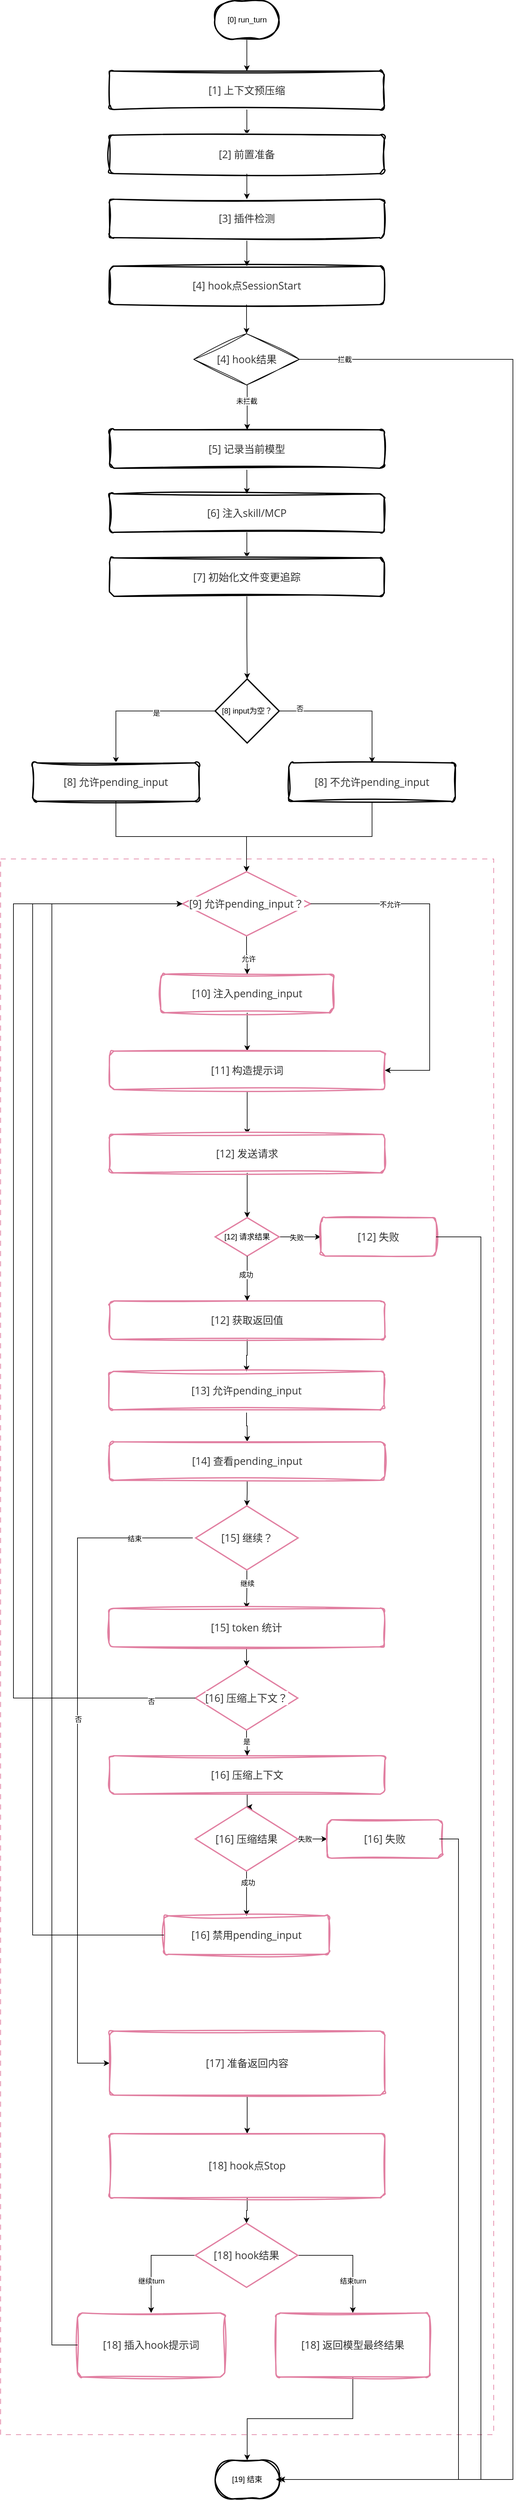
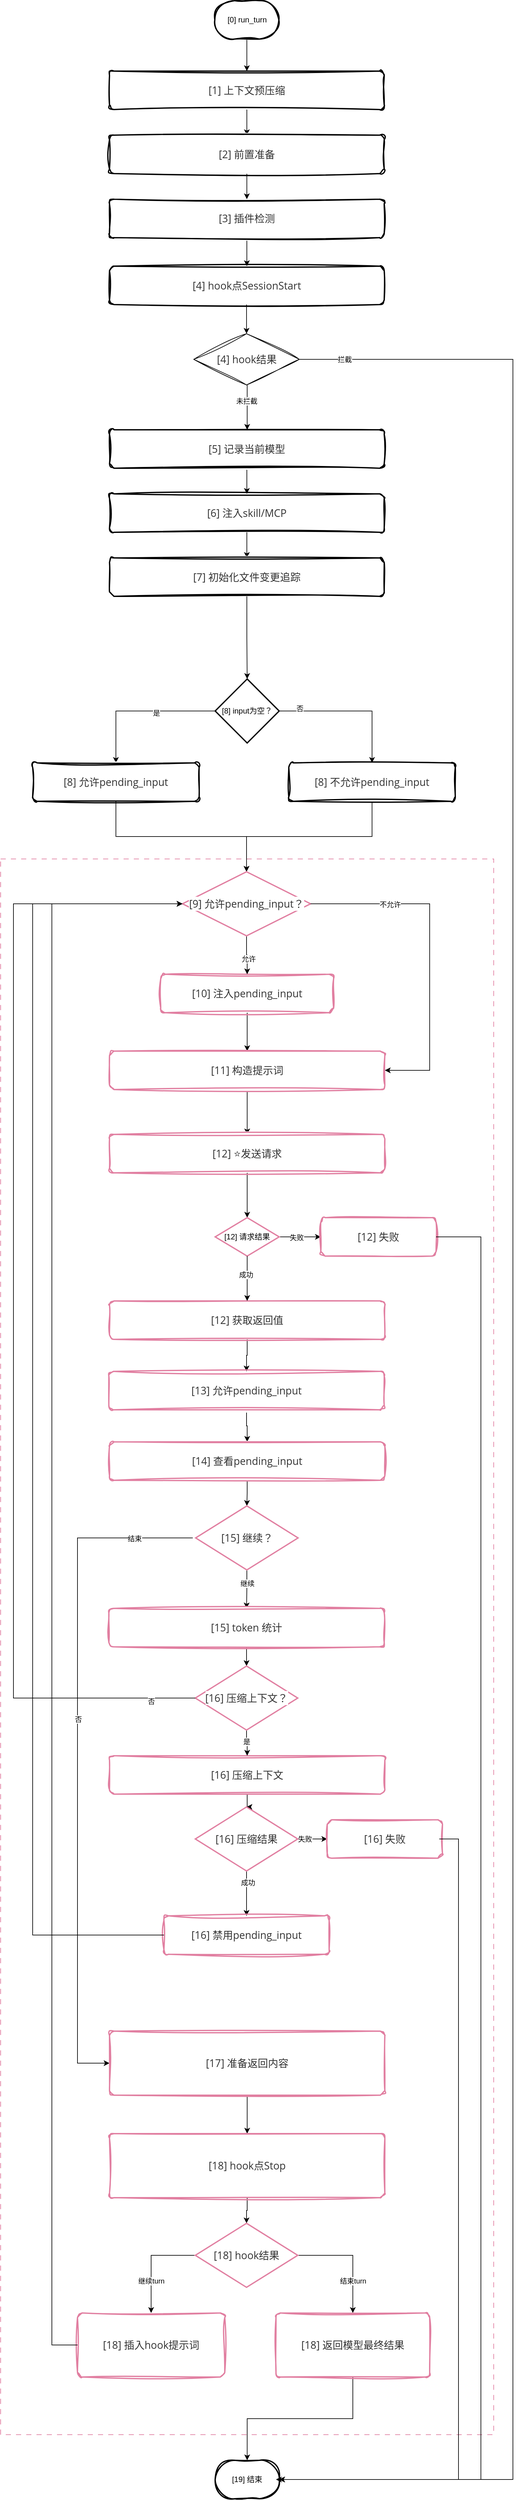
<mxfile host="Electron">
  <diagram name="第 1 页" id="WdxQ7PSLhnEK6HtI5IxF">
    <mxGraphModel dx="1027" dy="683" grid="1" gridSize="10" guides="1" tooltips="1" connect="1" arrows="1" fold="1" page="1" pageScale="1" pageWidth="827" pageHeight="1169" math="0" shadow="0">
      <root>
        <mxCell id="0" />
        <mxCell id="1" parent="0" />
        <mxCell id="XvNsu7HRE3wCX7qmJMd--15" parent="1" style="rounded=0;whiteSpace=wrap;html=1;fillColor=none;dashed=1;dashPattern=8 8;strokeColor=light-dark(#e17fa1, #ededed);align=left;verticalAlign=top;" value="&lt;div style=&quot;&quot;&gt;&lt;br&gt;&lt;/div&gt;" vertex="1">
          <mxGeometry height="2460" width="770" x="30" y="1450" as="geometry" />
        </mxCell>
        <mxCell id="XvNsu7HRE3wCX7qmJMd--4" edge="1" parent="1" source="XvNsu7HRE3wCX7qmJMd--2" style="edgeStyle=orthogonalEdgeStyle;rounded=0;orthogonalLoop=1;jettySize=auto;html=1;entryX=0.5;entryY=0;entryDx=0;entryDy=0;" target="XvNsu7HRE3wCX7qmJMd--3">
          <mxGeometry relative="1" as="geometry" />
        </mxCell>
        <mxCell id="XvNsu7HRE3wCX7qmJMd--2" parent="1" style="strokeWidth=2;html=1;shape=mxgraph.flowchart.terminator;whiteSpace=wrap;sketch=1;curveFitting=1;jiggle=2;" value="[0] run_turn" vertex="1">
          <mxGeometry height="60" width="100" x="364.5" y="110" as="geometry" />
        </mxCell>
        <mxCell id="XvNsu7HRE3wCX7qmJMd--91" edge="1" parent="1" source="XvNsu7HRE3wCX7qmJMd--3" style="edgeStyle=orthogonalEdgeStyle;rounded=0;orthogonalLoop=1;jettySize=auto;html=1;entryX=0.5;entryY=0;entryDx=0;entryDy=0;" target="XvNsu7HRE3wCX7qmJMd--5">
          <mxGeometry relative="1" as="geometry" />
        </mxCell>
        <mxCell id="XvNsu7HRE3wCX7qmJMd--3" parent="1" style="rounded=1;whiteSpace=wrap;html=1;absoluteArcSize=1;arcSize=14;strokeWidth=2;sketch=1;curveFitting=1;jiggle=2;" value="&lt;span style=&quot;color: rgb(51, 51, 51); font-family: &amp;quot;Open Sans&amp;quot;, &amp;quot;Clear Sans&amp;quot;, &amp;quot;Helvetica Neue&amp;quot;, Helvetica, Arial, &amp;quot;Segoe UI Emoji&amp;quot;, &amp;quot;SF Pro&amp;quot;, sans-serif; font-size: 16px; orphans: 1; text-align: left; white-space: pre-wrap; background-color: rgb(255, 255, 255);&quot;&gt;[1] 上下文预压缩&lt;/span&gt;" vertex="1">
          <mxGeometry height="60" width="429" x="200" y="220" as="geometry" />
        </mxCell>
        <mxCell id="XvNsu7HRE3wCX7qmJMd--93" edge="1" parent="1" source="XvNsu7HRE3wCX7qmJMd--5" style="edgeStyle=orthogonalEdgeStyle;rounded=0;orthogonalLoop=1;jettySize=auto;html=1;" target="XvNsu7HRE3wCX7qmJMd--6" value="">
          <mxGeometry relative="1" as="geometry" />
        </mxCell>
        <mxCell id="XvNsu7HRE3wCX7qmJMd--5" parent="1" style="rounded=1;whiteSpace=wrap;html=1;absoluteArcSize=1;arcSize=14;strokeWidth=2;sketch=1;curveFitting=1;jiggle=2;" value="&lt;span style=&quot;color: rgb(51, 51, 51); font-family: &amp;quot;Open Sans&amp;quot;, &amp;quot;Clear Sans&amp;quot;, &amp;quot;Helvetica Neue&amp;quot;, Helvetica, Arial, &amp;quot;Segoe UI Emoji&amp;quot;, &amp;quot;SF Pro&amp;quot;, sans-serif; font-size: 16px; orphans: 1; text-align: left; white-space: pre-wrap; background-color: rgb(255, 255, 255);&quot;&gt;[2] 前置准备&lt;/span&gt;" vertex="1">
          <mxGeometry height="60" width="429" x="200" y="320" as="geometry" />
        </mxCell>
        <mxCell id="XvNsu7HRE3wCX7qmJMd--94" edge="1" parent="1" source="XvNsu7HRE3wCX7qmJMd--6" style="edgeStyle=orthogonalEdgeStyle;rounded=0;orthogonalLoop=1;jettySize=auto;html=1;" target="XvNsu7HRE3wCX7qmJMd--7" value="">
          <mxGeometry relative="1" as="geometry" />
        </mxCell>
        <mxCell id="XvNsu7HRE3wCX7qmJMd--6" parent="1" style="rounded=1;whiteSpace=wrap;html=1;absoluteArcSize=1;arcSize=14;strokeWidth=2;sketch=1;curveFitting=1;jiggle=2;" value="&lt;span style=&quot;color: rgb(51, 51, 51); font-family: &amp;quot;Open Sans&amp;quot;, &amp;quot;Clear Sans&amp;quot;, &amp;quot;Helvetica Neue&amp;quot;, Helvetica, Arial, &amp;quot;Segoe UI Emoji&amp;quot;, &amp;quot;SF Pro&amp;quot;, sans-serif; font-size: 16px; orphans: 1; text-align: left; white-space: pre-wrap; background-color: rgb(255, 255, 255);&quot;&gt;[3] 插件检测&lt;/span&gt;" vertex="1">
          <mxGeometry height="60" width="429" x="200" y="420" as="geometry" />
        </mxCell>
        <mxCell id="XvNsu7HRE3wCX7qmJMd--95" edge="1" parent="1" source="XvNsu7HRE3wCX7qmJMd--7" style="edgeStyle=orthogonalEdgeStyle;rounded=0;orthogonalLoop=1;jettySize=auto;html=1;entryX=0.5;entryY=0;entryDx=0;entryDy=0;" target="XvNsu7HRE3wCX7qmJMd--105" value="">
          <mxGeometry relative="1" as="geometry">
            <Array as="points">
              <mxPoint x="415" y="610" />
            </Array>
            <mxPoint x="414.5000000000002" y="650" as="targetPoint" />
          </mxGeometry>
        </mxCell>
        <mxCell id="XvNsu7HRE3wCX7qmJMd--7" parent="1" style="rounded=1;whiteSpace=wrap;html=1;absoluteArcSize=1;arcSize=14;strokeWidth=2;sketch=1;curveFitting=1;jiggle=2;" value="&lt;span style=&quot;color: rgb(51, 51, 51); font-family: &amp;quot;Open Sans&amp;quot;, &amp;quot;Clear Sans&amp;quot;, &amp;quot;Helvetica Neue&amp;quot;, Helvetica, Arial, &amp;quot;Segoe UI Emoji&amp;quot;, &amp;quot;SF Pro&amp;quot;, sans-serif; font-size: 16px; orphans: 1; text-align: left; white-space: pre-wrap; background-color: rgb(255, 255, 255);&quot;&gt;[4] hook点SessionStart&lt;/span&gt;" vertex="1">
          <mxGeometry height="60" width="429" x="200" y="524.5" as="geometry" />
        </mxCell>
        <mxCell id="XvNsu7HRE3wCX7qmJMd--44" edge="1" parent="1" source="XvNsu7HRE3wCX7qmJMd--9" style="edgeStyle=orthogonalEdgeStyle;rounded=0;orthogonalLoop=1;jettySize=auto;html=1;entryX=0.5;entryY=0;entryDx=0;entryDy=0;exitX=0;exitY=0.5;exitDx=0;exitDy=0;exitPerimeter=0;" target="XvNsu7HRE3wCX7qmJMd--17">
          <mxGeometry relative="1" as="geometry" />
        </mxCell>
        <mxCell id="XvNsu7HRE3wCX7qmJMd--45" connectable="0" parent="XvNsu7HRE3wCX7qmJMd--44" style="edgeLabel;html=1;align=center;verticalAlign=middle;resizable=0;points=[];" value="是" vertex="1">
          <mxGeometry relative="1" x="-0.2222" y="3" as="geometry">
            <mxPoint as="offset" />
          </mxGeometry>
        </mxCell>
        <mxCell id="XvNsu7HRE3wCX7qmJMd--46" edge="1" parent="1" source="XvNsu7HRE3wCX7qmJMd--9" style="edgeStyle=orthogonalEdgeStyle;rounded=0;orthogonalLoop=1;jettySize=auto;html=1;entryX=0.5;entryY=0;entryDx=0;entryDy=0;exitX=1;exitY=0.5;exitDx=0;exitDy=0;exitPerimeter=0;" target="XvNsu7HRE3wCX7qmJMd--18">
          <mxGeometry relative="1" as="geometry" />
        </mxCell>
        <mxCell id="XvNsu7HRE3wCX7qmJMd--47" connectable="0" parent="XvNsu7HRE3wCX7qmJMd--46" style="edgeLabel;html=1;align=center;verticalAlign=middle;resizable=0;points=[];" value="否" vertex="1">
          <mxGeometry relative="1" x="-0.7154" y="4" as="geometry">
            <mxPoint as="offset" />
          </mxGeometry>
        </mxCell>
        <mxCell id="XvNsu7HRE3wCX7qmJMd--9" parent="1" style="strokeWidth=2;html=1;shape=mxgraph.flowchart.decision;whiteSpace=wrap;" value="[8] input为空？" vertex="1">
          <mxGeometry height="100" width="100" x="365" y="1169" as="geometry" />
        </mxCell>
        <mxCell id="XvNsu7HRE3wCX7qmJMd--96" edge="1" parent="1" source="XvNsu7HRE3wCX7qmJMd--105" style="edgeStyle=orthogonalEdgeStyle;rounded=0;orthogonalLoop=1;jettySize=auto;html=1;exitX=0.5;exitY=1;exitDx=0;exitDy=0;" target="XvNsu7HRE3wCX7qmJMd--11" value="">
          <mxGeometry relative="1" as="geometry">
            <Array as="points">
              <mxPoint x="415" y="740" />
              <mxPoint x="415" y="740" />
            </Array>
            <mxPoint x="414.5000000000002" y="710" as="sourcePoint" />
          </mxGeometry>
        </mxCell>
        <mxCell id="XvNsu7HRE3wCX7qmJMd--107" connectable="0" parent="XvNsu7HRE3wCX7qmJMd--96" style="edgeLabel;html=1;align=center;verticalAlign=middle;resizable=0;points=[];" value="未拦截" vertex="1">
          <mxGeometry relative="1" x="-0.283" y="-1" as="geometry">
            <mxPoint as="offset" />
          </mxGeometry>
        </mxCell>
        <mxCell id="XvNsu7HRE3wCX7qmJMd--97" edge="1" parent="1" source="XvNsu7HRE3wCX7qmJMd--11" style="edgeStyle=orthogonalEdgeStyle;rounded=0;orthogonalLoop=1;jettySize=auto;html=1;" target="XvNsu7HRE3wCX7qmJMd--12" value="">
          <mxGeometry relative="1" as="geometry" />
        </mxCell>
        <mxCell id="XvNsu7HRE3wCX7qmJMd--11" parent="1" style="rounded=1;whiteSpace=wrap;html=1;absoluteArcSize=1;arcSize=14;strokeWidth=2;sketch=1;curveFitting=1;jiggle=2;" value="&lt;div style=&quot;orphans: 1; text-align: left;&quot;&gt;&lt;span style=&quot;color: rgb(51, 51, 51); font-family: &amp;quot;Open Sans&amp;quot;, &amp;quot;Clear Sans&amp;quot;, &amp;quot;Helvetica Neue&amp;quot;, Helvetica, Arial, &amp;quot;Segoe UI Emoji&amp;quot;, &amp;quot;SF Pro&amp;quot;, sans-serif; font-size: 16px; white-space: pre-wrap; background-color: rgb(255, 255, 255);&quot;&gt;[5] 记录当前模型&lt;/span&gt;&lt;/div&gt;" vertex="1">
          <mxGeometry height="60" width="429" x="200" y="780" as="geometry" />
        </mxCell>
        <mxCell id="XvNsu7HRE3wCX7qmJMd--98" edge="1" parent="1" source="XvNsu7HRE3wCX7qmJMd--12" style="edgeStyle=orthogonalEdgeStyle;rounded=0;orthogonalLoop=1;jettySize=auto;html=1;" target="XvNsu7HRE3wCX7qmJMd--13" value="">
          <mxGeometry relative="1" as="geometry" />
        </mxCell>
        <mxCell id="XvNsu7HRE3wCX7qmJMd--12" parent="1" style="rounded=1;whiteSpace=wrap;html=1;absoluteArcSize=1;arcSize=14;strokeWidth=2;sketch=1;curveFitting=1;jiggle=2;" value="&lt;div style=&quot;orphans: 1; text-align: left;&quot;&gt;&lt;span style=&quot;color: rgb(51, 51, 51); font-family: &amp;quot;Open Sans&amp;quot;, &amp;quot;Clear Sans&amp;quot;, &amp;quot;Helvetica Neue&amp;quot;, Helvetica, Arial, &amp;quot;Segoe UI Emoji&amp;quot;, &amp;quot;SF Pro&amp;quot;, sans-serif; font-size: 16px; white-space: pre-wrap; background-color: rgb(255, 255, 255);&quot;&gt;[6] 注入skill/MCP&lt;/span&gt;&lt;/div&gt;" vertex="1">
          <mxGeometry height="60" width="429" x="200" y="880" as="geometry" />
        </mxCell>
        <mxCell id="XvNsu7HRE3wCX7qmJMd--13" parent="1" style="rounded=1;whiteSpace=wrap;html=1;absoluteArcSize=1;arcSize=14;strokeWidth=2;sketch=1;curveFitting=1;jiggle=2;" value="&lt;div style=&quot;orphans: 1; text-align: left;&quot;&gt;&lt;div&gt;&lt;span style=&quot;color: rgb(51, 51, 51); font-family: &amp;quot;Open Sans&amp;quot;, &amp;quot;Clear Sans&amp;quot;, &amp;quot;Helvetica Neue&amp;quot;, Helvetica, Arial, &amp;quot;Segoe UI Emoji&amp;quot;, &amp;quot;SF Pro&amp;quot;, sans-serif; font-size: 16px; white-space: pre-wrap; background-color: rgb(255, 255, 255);&quot;&gt;[7] 初始化文件变更追踪&lt;/span&gt;&lt;/div&gt;&lt;/div&gt;" vertex="1">
          <mxGeometry height="60" width="429" x="200" y="980" as="geometry" />
        </mxCell>
        <mxCell id="XvNsu7HRE3wCX7qmJMd--100" edge="1" parent="1" source="XvNsu7HRE3wCX7qmJMd--13" style="edgeStyle=orthogonalEdgeStyle;rounded=0;orthogonalLoop=1;jettySize=auto;html=1;exitX=0.5;exitY=1;exitDx=0;exitDy=0;" target="XvNsu7HRE3wCX7qmJMd--9" value="">
          <mxGeometry relative="1" as="geometry">
            <mxPoint x="414.5238095238094" y="1140" as="sourcePoint" />
          </mxGeometry>
        </mxCell>
        <mxCell id="XvNsu7HRE3wCX7qmJMd--53" edge="1" parent="1" source="XvNsu7HRE3wCX7qmJMd--16" style="edgeStyle=orthogonalEdgeStyle;rounded=0;orthogonalLoop=1;jettySize=auto;html=1;" target="XvNsu7HRE3wCX7qmJMd--20">
          <mxGeometry relative="1" as="geometry" />
        </mxCell>
        <mxCell id="XvNsu7HRE3wCX7qmJMd--16" parent="1" style="rounded=1;whiteSpace=wrap;html=1;absoluteArcSize=1;arcSize=14;strokeWidth=2;sketch=1;curveFitting=1;jiggle=2;strokeColor=light-dark(#e17fa1, #ededed);" value="&lt;div style=&quot;orphans: 1; text-align: left;&quot;&gt;&lt;div&gt;&lt;span style=&quot;color: rgb(51, 51, 51); font-family: &amp;quot;Open Sans&amp;quot;, &amp;quot;Clear Sans&amp;quot;, &amp;quot;Helvetica Neue&amp;quot;, Helvetica, Arial, &amp;quot;Segoe UI Emoji&amp;quot;, &amp;quot;SF Pro&amp;quot;, sans-serif; font-size: 16px; white-space: pre-wrap; background-color: rgb(255, 255, 255);&quot;&gt;[10] 注入pending_input&lt;/span&gt;&lt;/div&gt;&lt;/div&gt;" vertex="1">
          <mxGeometry height="60" width="270" x="280" y="1630" as="geometry" />
        </mxCell>
        <mxCell id="XvNsu7HRE3wCX7qmJMd--48" edge="1" parent="1" source="XvNsu7HRE3wCX7qmJMd--17" style="edgeStyle=orthogonalEdgeStyle;rounded=0;orthogonalLoop=1;jettySize=auto;html=1;" target="XvNsu7HRE3wCX7qmJMd--43">
          <mxGeometry relative="1" as="geometry" />
        </mxCell>
        <mxCell id="XvNsu7HRE3wCX7qmJMd--17" parent="1" style="rounded=1;whiteSpace=wrap;html=1;absoluteArcSize=1;arcSize=14;strokeWidth=2;sketch=1;curveFitting=1;jiggle=2;" value="&lt;div style=&quot;orphans: 1; text-align: left;&quot;&gt;&lt;div&gt;&lt;span style=&quot;color: rgb(51, 51, 51); font-family: &amp;quot;Open Sans&amp;quot;, &amp;quot;Clear Sans&amp;quot;, &amp;quot;Helvetica Neue&amp;quot;, Helvetica, Arial, &amp;quot;Segoe UI Emoji&amp;quot;, &amp;quot;SF Pro&amp;quot;, sans-serif; font-size: 16px; white-space: pre-wrap; background-color: rgb(255, 255, 255);&quot;&gt;[8] 允许pending_input&lt;/span&gt;&lt;/div&gt;&lt;/div&gt;" vertex="1">
          <mxGeometry height="60" width="260" x="80" y="1300" as="geometry" />
        </mxCell>
        <mxCell id="XvNsu7HRE3wCX7qmJMd--49" edge="1" parent="1" source="XvNsu7HRE3wCX7qmJMd--18" style="edgeStyle=orthogonalEdgeStyle;rounded=0;orthogonalLoop=1;jettySize=auto;html=1;" target="XvNsu7HRE3wCX7qmJMd--43">
          <mxGeometry relative="1" as="geometry" />
        </mxCell>
        <mxCell id="XvNsu7HRE3wCX7qmJMd--18" parent="1" style="rounded=1;whiteSpace=wrap;html=1;absoluteArcSize=1;arcSize=14;strokeWidth=2;sketch=1;curveFitting=1;jiggle=2;" value="&lt;div style=&quot;orphans: 1; text-align: left;&quot;&gt;&lt;div&gt;&lt;span style=&quot;color: rgb(51, 51, 51); font-family: &amp;quot;Open Sans&amp;quot;, &amp;quot;Clear Sans&amp;quot;, &amp;quot;Helvetica Neue&amp;quot;, Helvetica, Arial, &amp;quot;Segoe UI Emoji&amp;quot;, &amp;quot;SF Pro&amp;quot;, sans-serif; font-size: 16px; white-space: pre-wrap; background-color: rgb(255, 255, 255);&quot;&gt;[8] 不允许pending_input&lt;/span&gt;&lt;/div&gt;&lt;/div&gt;" vertex="1">
          <mxGeometry height="60" width="260" x="480" y="1300" as="geometry" />
        </mxCell>
        <mxCell id="XvNsu7HRE3wCX7qmJMd--56" edge="1" parent="1" source="XvNsu7HRE3wCX7qmJMd--20" style="edgeStyle=orthogonalEdgeStyle;rounded=0;orthogonalLoop=1;jettySize=auto;html=1;entryX=0.5;entryY=0;entryDx=0;entryDy=0;" target="XvNsu7HRE3wCX7qmJMd--21">
          <mxGeometry relative="1" as="geometry" />
        </mxCell>
        <mxCell id="XvNsu7HRE3wCX7qmJMd--20" parent="1" style="rounded=1;whiteSpace=wrap;html=1;absoluteArcSize=1;arcSize=14;strokeWidth=2;sketch=1;curveFitting=1;jiggle=2;strokeColor=light-dark(#e17fa1, #ededed);" value="&lt;div style=&quot;orphans: 1; text-align: left;&quot;&gt;&lt;span style=&quot;color: rgb(51, 51, 51); font-family: &amp;quot;Open Sans&amp;quot;, &amp;quot;Clear Sans&amp;quot;, &amp;quot;Helvetica Neue&amp;quot;, Helvetica, Arial, &amp;quot;Segoe UI Emoji&amp;quot;, &amp;quot;SF Pro&amp;quot;, sans-serif; font-size: 16px; white-space: pre-wrap; background-color: rgb(255, 255, 255);&quot;&gt;[11] 构造提示词&lt;/span&gt;&lt;/div&gt;" vertex="1">
          <mxGeometry height="60" width="430" x="200" y="1750" as="geometry" />
        </mxCell>
        <mxCell id="XvNsu7HRE3wCX7qmJMd--57" edge="1" parent="1" source="XvNsu7HRE3wCX7qmJMd--21" style="edgeStyle=orthogonalEdgeStyle;rounded=0;orthogonalLoop=1;jettySize=auto;html=1;" target="XvNsu7HRE3wCX7qmJMd--22">
          <mxGeometry relative="1" as="geometry" />
        </mxCell>
-         <mxCell id="XvNsu7HRE3wCX7qmJMd--21" parent="1" style="rounded=1;whiteSpace=wrap;html=1;absoluteArcSize=1;arcSize=14;strokeWidth=2;sketch=1;curveFitting=1;jiggle=2;strokeColor=light-dark(#e17fa1, #ededed);" value="&lt;div style=&quot;orphans: 1; text-align: left;&quot;&gt;&lt;span style=&quot;color: rgb(51, 51, 51); font-family: &amp;quot;Open Sans&amp;quot;, &amp;quot;Clear Sans&amp;quot;, &amp;quot;Helvetica Neue&amp;quot;, Helvetica, Arial, &amp;quot;Segoe UI Emoji&amp;quot;, &amp;quot;SF Pro&amp;quot;, sans-serif; font-size: 16px; white-space: pre-wrap; background-color: rgb(255, 255, 255);&quot;&gt;[12] 发送请求&lt;/span&gt;&lt;/div&gt;" vertex="1">
+         <mxCell id="XvNsu7HRE3wCX7qmJMd--21" parent="1" style="rounded=1;whiteSpace=wrap;html=1;absoluteArcSize=1;arcSize=14;strokeWidth=2;sketch=1;curveFitting=1;jiggle=2;strokeColor=light-dark(#e17fa1, #ededed);" value="&lt;div style=&quot;orphans: 1; text-align: left;&quot;&gt;&lt;span style=&quot;color: rgb(51, 51, 51); font-family: &amp;quot;Open Sans&amp;quot;, &amp;quot;Clear Sans&amp;quot;, &amp;quot;Helvetica Neue&amp;quot;, Helvetica, Arial, &amp;quot;Segoe UI Emoji&amp;quot;, &amp;quot;SF Pro&amp;quot;, sans-serif; font-size: 16px; white-space: pre-wrap; background-color: rgb(255, 255, 255);&quot;&gt;[12] ⭐发送请求&lt;/span&gt;&lt;/div&gt;" vertex="1">
          <mxGeometry height="60" width="430" x="200" y="1880" as="geometry" />
        </mxCell>
        <mxCell id="XvNsu7HRE3wCX7qmJMd--63" edge="1" parent="1" source="XvNsu7HRE3wCX7qmJMd--22" style="edgeStyle=orthogonalEdgeStyle;rounded=0;orthogonalLoop=1;jettySize=auto;html=1;entryX=0;entryY=0.5;entryDx=0;entryDy=0;" target="XvNsu7HRE3wCX7qmJMd--62">
          <mxGeometry relative="1" as="geometry" />
        </mxCell>
        <mxCell id="XvNsu7HRE3wCX7qmJMd--111" connectable="0" parent="XvNsu7HRE3wCX7qmJMd--63" style="edgeLabel;html=1;align=center;verticalAlign=middle;resizable=0;points=[];" value="失败" vertex="1">
          <mxGeometry relative="1" x="-0.1678" y="-1" as="geometry">
            <mxPoint as="offset" />
          </mxGeometry>
        </mxCell>
        <mxCell id="XvNsu7HRE3wCX7qmJMd--22" parent="1" style="strokeWidth=2;html=1;shape=mxgraph.flowchart.decision;whiteSpace=wrap;strokeColor=light-dark(#e17fa1, #ededed);" value="[12] 请求结果" vertex="1">
          <mxGeometry height="60" width="100" x="365" y="2010" as="geometry" />
        </mxCell>
        <mxCell id="XvNsu7HRE3wCX7qmJMd--65" edge="1" parent="1" source="XvNsu7HRE3wCX7qmJMd--23" style="edgeStyle=orthogonalEdgeStyle;rounded=0;orthogonalLoop=1;jettySize=auto;html=1;entryX=0.5;entryY=0;entryDx=0;entryDy=0;" target="XvNsu7HRE3wCX7qmJMd--24">
          <mxGeometry relative="1" as="geometry" />
        </mxCell>
        <mxCell id="XvNsu7HRE3wCX7qmJMd--23" parent="1" style="rounded=1;whiteSpace=wrap;html=1;absoluteArcSize=1;arcSize=14;strokeWidth=2;sketch=1;curveFitting=1;jiggle=2;strokeColor=light-dark(#e17fa1, #ededed);" value="&lt;div style=&quot;orphans: 1; text-align: left;&quot;&gt;&lt;span style=&quot;color: rgb(51, 51, 51); font-family: &amp;quot;Open Sans&amp;quot;, &amp;quot;Clear Sans&amp;quot;, &amp;quot;Helvetica Neue&amp;quot;, Helvetica, Arial, &amp;quot;Segoe UI Emoji&amp;quot;, &amp;quot;SF Pro&amp;quot;, sans-serif; font-size: 16px; white-space: pre-wrap; background-color: rgb(255, 255, 255);&quot;&gt;[12] 获取返回值&lt;/span&gt;&lt;/div&gt;" vertex="1">
          <mxGeometry height="60" width="430" x="200" y="2140" as="geometry" />
        </mxCell>
        <mxCell id="XvNsu7HRE3wCX7qmJMd--66" edge="1" parent="1" source="XvNsu7HRE3wCX7qmJMd--24" style="edgeStyle=orthogonalEdgeStyle;rounded=0;orthogonalLoop=1;jettySize=auto;html=1;entryX=0.5;entryY=0;entryDx=0;entryDy=0;" target="XvNsu7HRE3wCX7qmJMd--26">
          <mxGeometry relative="1" as="geometry" />
        </mxCell>
        <mxCell id="XvNsu7HRE3wCX7qmJMd--24" parent="1" style="rounded=1;whiteSpace=wrap;html=1;absoluteArcSize=1;arcSize=14;strokeWidth=2;sketch=1;curveFitting=1;jiggle=2;strokeColor=light-dark(#e17fa1, #ededed);" value="&lt;div style=&quot;orphans: 1; text-align: left;&quot;&gt;&lt;font color=&quot;#333333&quot; face=&quot;Open Sans, Clear Sans, Helvetica Neue, Helvetica, Arial, Segoe UI Emoji, SF Pro, sans-serif&quot;&gt;&lt;span style=&quot;font-size: 16px; white-space-collapse: preserve; background-color: rgb(255, 255, 255);&quot;&gt;[13] 允许pending_input&lt;/span&gt;&lt;/font&gt;&lt;/div&gt;" vertex="1">
          <mxGeometry height="60" width="430" x="199" y="2250" as="geometry" />
        </mxCell>
        <mxCell id="XvNsu7HRE3wCX7qmJMd--67" edge="1" parent="1" source="XvNsu7HRE3wCX7qmJMd--26" style="edgeStyle=orthogonalEdgeStyle;rounded=0;orthogonalLoop=1;jettySize=auto;html=1;" target="XvNsu7HRE3wCX7qmJMd--27">
          <mxGeometry relative="1" as="geometry" />
        </mxCell>
        <mxCell id="XvNsu7HRE3wCX7qmJMd--26" parent="1" style="rounded=1;whiteSpace=wrap;html=1;absoluteArcSize=1;arcSize=14;strokeWidth=2;sketch=1;curveFitting=1;jiggle=2;strokeColor=light-dark(#e17fa1, #ededed);" value="&lt;div style=&quot;orphans: 1; text-align: left;&quot;&gt;&lt;font color=&quot;#333333&quot; face=&quot;Open Sans, Clear Sans, Helvetica Neue, Helvetica, Arial, Segoe UI Emoji, SF Pro, sans-serif&quot;&gt;&lt;span style=&quot;font-size: 16px; white-space-collapse: preserve; background-color: rgb(255, 255, 255);&quot;&gt;[14] 查看pending_input&lt;/span&gt;&lt;/font&gt;&lt;/div&gt;" vertex="1">
          <mxGeometry height="60" width="430" x="200" y="2360" as="geometry" />
        </mxCell>
        <mxCell id="XvNsu7HRE3wCX7qmJMd--68" edge="1" parent="1" source="XvNsu7HRE3wCX7qmJMd--27" style="edgeStyle=orthogonalEdgeStyle;rounded=0;orthogonalLoop=1;jettySize=auto;html=1;" target="XvNsu7HRE3wCX7qmJMd--30">
          <mxGeometry relative="1" as="geometry" />
        </mxCell>
        <mxCell id="XvNsu7HRE3wCX7qmJMd--69" connectable="0" parent="XvNsu7HRE3wCX7qmJMd--68" style="edgeLabel;html=1;align=center;verticalAlign=middle;resizable=0;points=[];" value="继续" vertex="1">
          <mxGeometry relative="1" x="0.4526" as="geometry">
            <mxPoint x="1" y="-23" as="offset" />
          </mxGeometry>
        </mxCell>
        <mxCell id="XvNsu7HRE3wCX7qmJMd--27" parent="1" style="strokeWidth=2;html=1;shape=mxgraph.flowchart.decision;whiteSpace=wrap;strokeColor=light-dark(#e17fa1, #ededed);" value="&lt;div style=&quot;orphans: 1; text-align: left;&quot;&gt;&lt;font color=&quot;#333333&quot; face=&quot;Open Sans, Clear Sans, Helvetica Neue, Helvetica, Arial, Segoe UI Emoji, SF Pro, sans-serif&quot;&gt;&lt;span style=&quot;font-size: 16px; white-space-collapse: preserve; background-color: rgb(255, 255, 255);&quot;&gt;[15] 继续？&lt;/span&gt;&lt;/font&gt;&lt;/div&gt;" vertex="1">
          <mxGeometry height="100" width="160" x="334.5" y="2460" as="geometry" />
        </mxCell>
        <mxCell id="XvNsu7HRE3wCX7qmJMd--76" edge="1" parent="1" source="XvNsu7HRE3wCX7qmJMd--29" style="edgeStyle=orthogonalEdgeStyle;rounded=0;orthogonalLoop=1;jettySize=auto;html=1;" target="XvNsu7HRE3wCX7qmJMd--32">
          <mxGeometry relative="1" as="geometry" />
        </mxCell>
        <mxCell id="XvNsu7HRE3wCX7qmJMd--29" parent="1" style="rounded=1;whiteSpace=wrap;html=1;absoluteArcSize=1;arcSize=14;strokeWidth=2;sketch=1;curveFitting=1;jiggle=2;strokeColor=light-dark(#e17fa1, #ededed);" value="&lt;div style=&quot;orphans: 1; text-align: left;&quot;&gt;&lt;span style=&quot;color: rgb(51, 51, 51); font-family: &amp;quot;Open Sans&amp;quot;, &amp;quot;Clear Sans&amp;quot;, &amp;quot;Helvetica Neue&amp;quot;, Helvetica, Arial, &amp;quot;Segoe UI Emoji&amp;quot;, &amp;quot;SF Pro&amp;quot;, sans-serif; font-size: 16px; white-space: pre-wrap; background-color: rgb(255, 255, 255);&quot;&gt;[16] 压缩上下文&lt;/span&gt;&lt;/div&gt;" vertex="1">
          <mxGeometry height="60" width="430" x="200" y="2850" as="geometry" />
        </mxCell>
        <mxCell id="XvNsu7HRE3wCX7qmJMd--71" edge="1" parent="1" source="XvNsu7HRE3wCX7qmJMd--30" style="edgeStyle=orthogonalEdgeStyle;rounded=0;orthogonalLoop=1;jettySize=auto;html=1;" target="XvNsu7HRE3wCX7qmJMd--31">
          <mxGeometry relative="1" as="geometry" />
        </mxCell>
        <mxCell id="XvNsu7HRE3wCX7qmJMd--30" parent="1" style="rounded=1;whiteSpace=wrap;html=1;absoluteArcSize=1;arcSize=14;strokeWidth=2;sketch=1;curveFitting=1;jiggle=2;strokeColor=light-dark(#e17fa1, #ededed);" value="&lt;div style=&quot;orphans: 1; text-align: left;&quot;&gt;&lt;span style=&quot;color: rgb(51, 51, 51); font-family: &amp;quot;Open Sans&amp;quot;, &amp;quot;Clear Sans&amp;quot;, &amp;quot;Helvetica Neue&amp;quot;, Helvetica, Arial, &amp;quot;Segoe UI Emoji&amp;quot;, &amp;quot;SF Pro&amp;quot;, sans-serif; font-size: 16px; white-space: pre-wrap; background-color: rgb(255, 255, 255);&quot;&gt;[15] token 统计&lt;/span&gt;&lt;/div&gt;" vertex="1">
          <mxGeometry height="60" width="430" x="199" y="2620" as="geometry" />
        </mxCell>
        <mxCell id="XvNsu7HRE3wCX7qmJMd--74" edge="1" parent="1" style="edgeStyle=orthogonalEdgeStyle;rounded=0;orthogonalLoop=1;jettySize=auto;html=1;entryX=0;entryY=0.5;entryDx=0;entryDy=0;" target="XvNsu7HRE3wCX7qmJMd--34">
          <mxGeometry relative="1" as="geometry">
            <Array as="points">
              <mxPoint x="150" y="2510" />
              <mxPoint x="150" y="3330" />
            </Array>
            <mxPoint x="330" y="2510" as="sourcePoint" />
          </mxGeometry>
        </mxCell>
        <mxCell id="XvNsu7HRE3wCX7qmJMd--75" connectable="0" parent="XvNsu7HRE3wCX7qmJMd--74" style="edgeLabel;html=1;align=center;verticalAlign=middle;resizable=0;points=[];" value="否" vertex="1">
          <mxGeometry relative="1" x="-0.1183" y="1" as="geometry">
            <mxPoint as="offset" />
          </mxGeometry>
        </mxCell>
        <mxCell id="XvNsu7HRE3wCX7qmJMd--85" connectable="0" parent="XvNsu7HRE3wCX7qmJMd--74" style="edgeLabel;html=1;align=center;verticalAlign=middle;resizable=0;points=[];" value="否" vertex="1">
          <mxGeometry relative="1" x="-0.8232" y="4" as="geometry">
            <mxPoint y="-4" as="offset" />
          </mxGeometry>
        </mxCell>
        <mxCell id="XvNsu7HRE3wCX7qmJMd--112" connectable="0" parent="XvNsu7HRE3wCX7qmJMd--74" style="edgeLabel;html=1;align=center;verticalAlign=middle;resizable=0;points=[];" value="结束" vertex="1">
          <mxGeometry relative="1" x="-0.8269" y="1" as="geometry">
            <mxPoint as="offset" />
          </mxGeometry>
        </mxCell>
        <mxCell id="XvNsu7HRE3wCX7qmJMd--102" edge="1" parent="1" source="XvNsu7HRE3wCX7qmJMd--31" style="edgeStyle=orthogonalEdgeStyle;rounded=0;orthogonalLoop=1;jettySize=auto;html=1;" target="XvNsu7HRE3wCX7qmJMd--29" value="">
          <mxGeometry relative="1" as="geometry" />
        </mxCell>
        <mxCell id="XvNsu7HRE3wCX7qmJMd--103" connectable="0" parent="XvNsu7HRE3wCX7qmJMd--102" style="edgeLabel;html=1;align=center;verticalAlign=middle;resizable=0;points=[];" value="是" vertex="1">
          <mxGeometry relative="1" x="-0.1465" as="geometry">
            <mxPoint as="offset" />
          </mxGeometry>
        </mxCell>
        <mxCell id="XvNsu7HRE3wCX7qmJMd--31" parent="1" style="strokeWidth=2;html=1;shape=mxgraph.flowchart.decision;whiteSpace=wrap;strokeColor=light-dark(#e17fa1, #ededed);" value="&lt;div style=&quot;orphans: 1; text-align: left;&quot;&gt;&lt;font color=&quot;#333333&quot; face=&quot;Open Sans, Clear Sans, Helvetica Neue, Helvetica, Arial, Segoe UI Emoji, SF Pro, sans-serif&quot;&gt;&lt;span style=&quot;font-size: 16px; white-space-collapse: preserve; background-color: rgb(255, 255, 255);&quot;&gt;[16] 压缩上下文？&lt;/span&gt;&lt;/font&gt;&lt;/div&gt;" vertex="1">
          <mxGeometry height="100" width="160" x="334" y="2710" as="geometry" />
        </mxCell>
        <mxCell id="XvNsu7HRE3wCX7qmJMd--77" edge="1" parent="1" source="XvNsu7HRE3wCX7qmJMd--32" style="edgeStyle=orthogonalEdgeStyle;rounded=0;orthogonalLoop=1;jettySize=auto;html=1;entryX=0.5;entryY=0;entryDx=0;entryDy=0;" target="XvNsu7HRE3wCX7qmJMd--33">
          <mxGeometry relative="1" as="geometry" />
        </mxCell>
        <mxCell id="XvNsu7HRE3wCX7qmJMd--78" connectable="0" parent="XvNsu7HRE3wCX7qmJMd--77" style="edgeLabel;html=1;align=center;verticalAlign=middle;resizable=0;points=[];" value="成功" vertex="1">
          <mxGeometry relative="1" x="-0.4894" y="2" as="geometry">
            <mxPoint as="offset" />
          </mxGeometry>
        </mxCell>
        <mxCell id="XvNsu7HRE3wCX7qmJMd--80" edge="1" parent="1" source="XvNsu7HRE3wCX7qmJMd--32" style="edgeStyle=orthogonalEdgeStyle;rounded=0;orthogonalLoop=1;jettySize=auto;html=1;entryX=0;entryY=0.5;entryDx=0;entryDy=0;" target="XvNsu7HRE3wCX7qmJMd--79">
          <mxGeometry relative="1" as="geometry" />
        </mxCell>
        <mxCell id="XvNsu7HRE3wCX7qmJMd--81" connectable="0" parent="XvNsu7HRE3wCX7qmJMd--80" style="edgeLabel;html=1;align=center;verticalAlign=middle;resizable=0;points=[];" value="失败" vertex="1">
          <mxGeometry relative="1" x="-0.5333" as="geometry">
            <mxPoint as="offset" />
          </mxGeometry>
        </mxCell>
        <mxCell id="XvNsu7HRE3wCX7qmJMd--32" parent="1" style="strokeWidth=2;html=1;shape=mxgraph.flowchart.decision;whiteSpace=wrap;strokeColor=light-dark(#e17fa1, #ededed);" value="&lt;div style=&quot;orphans: 1; text-align: left;&quot;&gt;&lt;font color=&quot;#333333&quot; face=&quot;Open Sans, Clear Sans, Helvetica Neue, Helvetica, Arial, Segoe UI Emoji, SF Pro, sans-serif&quot;&gt;&lt;span style=&quot;font-size: 16px; white-space-collapse: preserve; background-color: rgb(255, 255, 255);&quot;&gt;[16] 压缩结果&lt;/span&gt;&lt;/font&gt;&lt;/div&gt;" vertex="1">
          <mxGeometry height="100" width="160" x="334" y="2930" as="geometry" />
        </mxCell>
        <mxCell id="XvNsu7HRE3wCX7qmJMd--33" parent="1" style="rounded=1;whiteSpace=wrap;html=1;absoluteArcSize=1;arcSize=14;strokeWidth=2;sketch=1;curveFitting=1;jiggle=2;strokeColor=light-dark(#e17fa1, #ededed);" value="&lt;div style=&quot;orphans: 1; text-align: left;&quot;&gt;&lt;span style=&quot;color: rgb(51, 51, 51); font-family: &amp;quot;Open Sans&amp;quot;, &amp;quot;Clear Sans&amp;quot;, &amp;quot;Helvetica Neue&amp;quot;, Helvetica, Arial, &amp;quot;Segoe UI Emoji&amp;quot;, &amp;quot;SF Pro&amp;quot;, sans-serif; font-size: 16px; white-space: pre-wrap; background-color: rgb(255, 255, 255);&quot;&gt;[16] 禁用pending_input&lt;/span&gt;&lt;/div&gt;" vertex="1">
          <mxGeometry height="60" width="258" x="285" y="3100" as="geometry" />
        </mxCell>
        <mxCell id="XvNsu7HRE3wCX7qmJMd--83" edge="1" parent="1" source="XvNsu7HRE3wCX7qmJMd--34" style="edgeStyle=orthogonalEdgeStyle;rounded=0;orthogonalLoop=1;jettySize=auto;html=1;entryX=0.5;entryY=0;entryDx=0;entryDy=0;" target="XvNsu7HRE3wCX7qmJMd--35">
          <mxGeometry relative="1" as="geometry" />
        </mxCell>
        <mxCell id="XvNsu7HRE3wCX7qmJMd--34" parent="1" style="rounded=1;whiteSpace=wrap;html=1;absoluteArcSize=1;arcSize=14;strokeWidth=2;sketch=1;curveFitting=1;jiggle=2;strokeColor=light-dark(#e17fa1, #ededed);" value="&lt;div style=&quot;orphans: 1; text-align: left;&quot;&gt;&lt;font color=&quot;#333333&quot; face=&quot;Open Sans, Clear Sans, Helvetica Neue, Helvetica, Arial, Segoe UI Emoji, SF Pro, sans-serif&quot;&gt;&lt;span style=&quot;font-size: 16px; white-space-collapse: preserve; background-color: rgb(255, 255, 255);&quot;&gt;[17] 准备返回内容&lt;/span&gt;&lt;/font&gt;&lt;/div&gt;" vertex="1">
          <mxGeometry height="100" width="430" x="200" y="3280" as="geometry" />
        </mxCell>
        <mxCell id="XvNsu7HRE3wCX7qmJMd--84" edge="1" parent="1" source="XvNsu7HRE3wCX7qmJMd--35" style="edgeStyle=orthogonalEdgeStyle;rounded=0;orthogonalLoop=1;jettySize=auto;html=1;" target="XvNsu7HRE3wCX7qmJMd--36">
          <mxGeometry relative="1" as="geometry" />
        </mxCell>
        <mxCell id="XvNsu7HRE3wCX7qmJMd--35" parent="1" style="rounded=1;whiteSpace=wrap;html=1;absoluteArcSize=1;arcSize=14;strokeWidth=2;sketch=1;curveFitting=1;jiggle=2;strokeColor=light-dark(#e17fa1, #ededed);" value="&lt;div style=&quot;orphans: 1; text-align: left;&quot;&gt;&lt;span style=&quot;color: rgb(51, 51, 51); font-family: &amp;quot;Open Sans&amp;quot;, &amp;quot;Clear Sans&amp;quot;, &amp;quot;Helvetica Neue&amp;quot;, Helvetica, Arial, &amp;quot;Segoe UI Emoji&amp;quot;, &amp;quot;SF Pro&amp;quot;, sans-serif; font-size: 16px; white-space: pre-wrap; background-color: rgb(255, 255, 255);&quot;&gt;[18] hook点Stop&lt;/span&gt;&lt;/div&gt;" vertex="1">
          <mxGeometry height="100" width="430" x="200" y="3440" as="geometry" />
        </mxCell>
        <mxCell id="XvNsu7HRE3wCX7qmJMd--39" edge="1" parent="1" source="XvNsu7HRE3wCX7qmJMd--36" style="edgeStyle=orthogonalEdgeStyle;rounded=0;orthogonalLoop=1;jettySize=auto;html=1;exitX=1;exitY=0.5;exitDx=0;exitDy=0;exitPerimeter=0;" target="XvNsu7HRE3wCX7qmJMd--38">
          <mxGeometry relative="1" as="geometry" />
        </mxCell>
        <mxCell id="XvNsu7HRE3wCX7qmJMd--40" connectable="0" parent="XvNsu7HRE3wCX7qmJMd--39" style="edgeLabel;html=1;align=center;verticalAlign=middle;resizable=0;points=[];" value="结束turn" vertex="1">
          <mxGeometry relative="1" x="-0.0816" y="-5" as="geometry">
            <mxPoint x="5" y="35" as="offset" />
          </mxGeometry>
        </mxCell>
        <mxCell id="XvNsu7HRE3wCX7qmJMd--41" edge="1" parent="1" source="XvNsu7HRE3wCX7qmJMd--36" style="edgeStyle=orthogonalEdgeStyle;rounded=0;orthogonalLoop=1;jettySize=auto;html=1;exitX=0;exitY=0.5;exitDx=0;exitDy=0;exitPerimeter=0;" target="XvNsu7HRE3wCX7qmJMd--37">
          <mxGeometry relative="1" as="geometry" />
        </mxCell>
        <mxCell id="XvNsu7HRE3wCX7qmJMd--42" connectable="0" parent="XvNsu7HRE3wCX7qmJMd--41" style="edgeLabel;html=1;align=center;verticalAlign=middle;resizable=0;points=[];" value="继续turn" vertex="1">
          <mxGeometry relative="1" x="-0.0216" as="geometry">
            <mxPoint y="31" as="offset" />
          </mxGeometry>
        </mxCell>
        <mxCell id="XvNsu7HRE3wCX7qmJMd--36" parent="1" style="strokeWidth=2;html=1;shape=mxgraph.flowchart.decision;whiteSpace=wrap;strokeColor=light-dark(#e17fa1, #ededed);" value="&lt;div style=&quot;orphans: 1; text-align: left;&quot;&gt;&lt;font color=&quot;#333333&quot; face=&quot;Open Sans, Clear Sans, Helvetica Neue, Helvetica, Arial, Segoe UI Emoji, SF Pro, sans-serif&quot;&gt;&lt;span style=&quot;font-size: 16px; white-space-collapse: preserve; background-color: rgb(255, 255, 255);&quot;&gt;[18] hook结果&lt;/span&gt;&lt;/font&gt;&lt;/div&gt;" vertex="1">
          <mxGeometry height="100" width="160" x="334" y="3580" as="geometry" />
        </mxCell>
        <mxCell id="XvNsu7HRE3wCX7qmJMd--37" parent="1" style="rounded=1;whiteSpace=wrap;html=1;absoluteArcSize=1;arcSize=14;strokeWidth=2;sketch=1;curveFitting=1;jiggle=2;strokeColor=light-dark(#e17fa1, #ededed);" value="&lt;div style=&quot;orphans: 1; text-align: left;&quot;&gt;&lt;span style=&quot;color: rgb(51, 51, 51); font-family: &amp;quot;Open Sans&amp;quot;, &amp;quot;Clear Sans&amp;quot;, &amp;quot;Helvetica Neue&amp;quot;, Helvetica, Arial, &amp;quot;Segoe UI Emoji&amp;quot;, &amp;quot;SF Pro&amp;quot;, sans-serif; font-size: 16px; white-space: pre-wrap; background-color: rgb(255, 255, 255);&quot;&gt;[18] 插入hook提示词&lt;/span&gt;&lt;/div&gt;" vertex="1">
          <mxGeometry height="100" width="230" x="150" y="3720" as="geometry" />
        </mxCell>
        <mxCell id="XvNsu7HRE3wCX7qmJMd--61" edge="1" parent="1" source="XvNsu7HRE3wCX7qmJMd--38" style="edgeStyle=orthogonalEdgeStyle;rounded=0;orthogonalLoop=1;jettySize=auto;html=1;" target="XvNsu7HRE3wCX7qmJMd--60">
          <mxGeometry relative="1" as="geometry" />
        </mxCell>
        <mxCell id="XvNsu7HRE3wCX7qmJMd--38" parent="1" style="rounded=1;whiteSpace=wrap;html=1;absoluteArcSize=1;arcSize=14;strokeWidth=2;sketch=1;curveFitting=1;jiggle=2;strokeColor=light-dark(#e17fa1, #ededed);" value="&lt;div style=&quot;orphans: 1; text-align: left;&quot;&gt;&lt;font color=&quot;#333333&quot; face=&quot;Open Sans, Clear Sans, Helvetica Neue, Helvetica, Arial, Segoe UI Emoji, SF Pro, sans-serif&quot;&gt;&lt;span style=&quot;font-size: 16px; white-space-collapse: preserve; background-color: rgb(255, 255, 255);&quot;&gt;[18] 返回模型最终结果&lt;/span&gt;&lt;/font&gt;&lt;/div&gt;" vertex="1">
          <mxGeometry height="100" width="240" x="460" y="3720" as="geometry" />
        </mxCell>
        <mxCell id="XvNsu7HRE3wCX7qmJMd--50" edge="1" parent="1" source="XvNsu7HRE3wCX7qmJMd--43" style="edgeStyle=orthogonalEdgeStyle;rounded=0;orthogonalLoop=1;jettySize=auto;html=1;exitX=0.5;exitY=1;exitDx=0;exitDy=0;exitPerimeter=0;entryX=0.5;entryY=0;entryDx=0;entryDy=0;" target="XvNsu7HRE3wCX7qmJMd--16">
          <mxGeometry relative="1" as="geometry">
            <mxPoint x="404" y="1570" as="sourcePoint" />
            <mxPoint x="375" y="1640" as="targetPoint" />
          </mxGeometry>
        </mxCell>
        <mxCell id="XvNsu7HRE3wCX7qmJMd--51" connectable="0" parent="XvNsu7HRE3wCX7qmJMd--50" style="edgeLabel;html=1;align=center;verticalAlign=middle;resizable=0;points=[];" value="允许" vertex="1">
          <mxGeometry relative="1" x="0.2206" y="2" as="geometry">
            <mxPoint as="offset" />
          </mxGeometry>
        </mxCell>
        <mxCell id="XvNsu7HRE3wCX7qmJMd--43" parent="1" style="strokeWidth=2;html=1;shape=mxgraph.flowchart.decision;whiteSpace=wrap;strokeColor=light-dark(#e17fa1, #ededed);" value="&lt;div style=&quot;orphans: 1; text-align: left;&quot;&gt;&lt;font color=&quot;#333333&quot; face=&quot;Open Sans, Clear Sans, Helvetica Neue, Helvetica, Arial, Segoe UI Emoji, SF Pro, sans-serif&quot;&gt;&lt;span style=&quot;font-size: 16px; white-space-collapse: preserve; background-color: rgb(255, 255, 255);&quot;&gt;[9] 允许pending_input？&lt;/span&gt;&lt;/font&gt;&lt;/div&gt;" vertex="1">
          <mxGeometry height="100" width="200" x="314" y="1470" as="geometry" />
        </mxCell>
        <mxCell id="XvNsu7HRE3wCX7qmJMd--52" edge="1" parent="1" source="XvNsu7HRE3wCX7qmJMd--37" style="edgeStyle=orthogonalEdgeStyle;rounded=0;orthogonalLoop=1;jettySize=auto;html=1;entryX=0;entryY=0.5;entryDx=0;entryDy=0;entryPerimeter=0;exitX=0;exitY=0.5;exitDx=0;exitDy=0;" target="XvNsu7HRE3wCX7qmJMd--43">
          <mxGeometry relative="1" as="geometry">
            <Array as="points">
              <mxPoint x="110" y="3770" />
              <mxPoint x="110" y="1520" />
            </Array>
          </mxGeometry>
        </mxCell>
        <mxCell id="XvNsu7HRE3wCX7qmJMd--54" edge="1" parent="1" source="XvNsu7HRE3wCX7qmJMd--43" style="edgeStyle=orthogonalEdgeStyle;rounded=0;orthogonalLoop=1;jettySize=auto;html=1;exitX=1;exitY=0.5;exitDx=0;exitDy=0;exitPerimeter=0;entryX=1;entryY=0.5;entryDx=0;entryDy=0;" target="XvNsu7HRE3wCX7qmJMd--20">
          <mxGeometry relative="1" as="geometry">
            <Array as="points">
              <mxPoint x="700" y="1520" />
              <mxPoint x="700" y="1780" />
            </Array>
            <mxPoint x="530" y="1760" as="targetPoint" />
          </mxGeometry>
        </mxCell>
        <mxCell id="XvNsu7HRE3wCX7qmJMd--55" connectable="0" parent="XvNsu7HRE3wCX7qmJMd--54" style="edgeLabel;html=1;align=center;verticalAlign=middle;resizable=0;points=[];" value="不允许" vertex="1">
          <mxGeometry relative="1" x="-0.5209" y="-1" as="geometry">
            <mxPoint as="offset" />
          </mxGeometry>
        </mxCell>
        <mxCell id="XvNsu7HRE3wCX7qmJMd--58" edge="1" parent="1" source="XvNsu7HRE3wCX7qmJMd--22" style="edgeStyle=orthogonalEdgeStyle;rounded=0;orthogonalLoop=1;jettySize=auto;html=1;entryX=0.5;entryY=0;entryDx=0;entryDy=0;" target="XvNsu7HRE3wCX7qmJMd--23">
          <mxGeometry relative="1" as="geometry" />
        </mxCell>
        <mxCell id="XvNsu7HRE3wCX7qmJMd--59" connectable="0" parent="XvNsu7HRE3wCX7qmJMd--58" style="edgeLabel;html=1;align=center;verticalAlign=middle;resizable=0;points=[];" value="成功" vertex="1">
          <mxGeometry relative="1" x="-0.1698" y="-2" as="geometry">
            <mxPoint as="offset" />
          </mxGeometry>
        </mxCell>
        <mxCell id="XvNsu7HRE3wCX7qmJMd--60" parent="1" style="strokeWidth=2;html=1;shape=mxgraph.flowchart.terminator;whiteSpace=wrap;sketch=1;curveFitting=1;jiggle=2;" value="[19] 结束" vertex="1">
          <mxGeometry height="60" width="100" x="365" y="3950" as="geometry" />
        </mxCell>
        <mxCell id="XvNsu7HRE3wCX7qmJMd--62" parent="1" style="rounded=1;whiteSpace=wrap;html=1;absoluteArcSize=1;arcSize=14;strokeWidth=2;sketch=1;curveFitting=1;jiggle=2;strokeColor=light-dark(#e17fa1, #ededed);" value="&lt;div style=&quot;orphans: 1; text-align: left;&quot;&gt;&lt;font color=&quot;#333333&quot; face=&quot;Open Sans, Clear Sans, Helvetica Neue, Helvetica, Arial, Segoe UI Emoji, SF Pro, sans-serif&quot;&gt;&lt;span style=&quot;font-size: 16px; white-space-collapse: preserve; background-color: rgb(255, 255, 255);&quot;&gt;[12] 失败&lt;/span&gt;&lt;/font&gt;&lt;/div&gt;" vertex="1">
          <mxGeometry height="60" width="180" x="530" y="2010" as="geometry" />
        </mxCell>
        <mxCell id="XvNsu7HRE3wCX7qmJMd--64" edge="1" parent="1" source="XvNsu7HRE3wCX7qmJMd--62" style="edgeStyle=orthogonalEdgeStyle;rounded=0;orthogonalLoop=1;jettySize=auto;html=1;entryX=1;entryY=0.5;entryDx=0;entryDy=0;entryPerimeter=0;exitX=1;exitY=0.5;exitDx=0;exitDy=0;" target="XvNsu7HRE3wCX7qmJMd--60">
          <mxGeometry relative="1" as="geometry">
            <Array as="points">
              <mxPoint x="780" y="2040" />
              <mxPoint x="780" y="3980" />
            </Array>
          </mxGeometry>
        </mxCell>
        <mxCell id="XvNsu7HRE3wCX7qmJMd--79" parent="1" style="rounded=1;whiteSpace=wrap;html=1;absoluteArcSize=1;arcSize=14;strokeWidth=2;sketch=1;curveFitting=1;jiggle=2;strokeColor=light-dark(#e17fa1, #ededed);" value="&lt;div style=&quot;orphans: 1; text-align: left;&quot;&gt;&lt;font color=&quot;#333333&quot; face=&quot;Open Sans, Clear Sans, Helvetica Neue, Helvetica, Arial, Segoe UI Emoji, SF Pro, sans-serif&quot;&gt;&lt;span style=&quot;font-size: 16px; white-space-collapse: preserve; background-color: rgb(255, 255, 255);&quot;&gt;[16] 失败&lt;/span&gt;&lt;/font&gt;&lt;/div&gt;" vertex="1">
          <mxGeometry height="60" width="180" x="540" y="2950" as="geometry" />
        </mxCell>
        <mxCell id="XvNsu7HRE3wCX7qmJMd--86" edge="1" parent="1" style="edgeStyle=orthogonalEdgeStyle;rounded=0;orthogonalLoop=1;jettySize=auto;html=1;entryX=1;entryY=0.5;entryDx=0;entryDy=0;entryPerimeter=0;exitX=1;exitY=0.5;exitDx=0;exitDy=0;">
          <mxGeometry relative="1" as="geometry">
            <Array as="points">
              <mxPoint x="745" y="2980" />
              <mxPoint x="745" y="3980" />
            </Array>
            <mxPoint x="715" y="2980" as="sourcePoint" />
            <mxPoint x="460" y="3980" as="targetPoint" />
          </mxGeometry>
        </mxCell>
        <mxCell id="XvNsu7HRE3wCX7qmJMd--88" edge="1" parent="1" source="XvNsu7HRE3wCX7qmJMd--31" style="edgeStyle=orthogonalEdgeStyle;rounded=0;orthogonalLoop=1;jettySize=auto;html=1;entryX=0;entryY=0.5;entryDx=0;entryDy=0;entryPerimeter=0;exitX=0;exitY=0.5;exitDx=0;exitDy=0;exitPerimeter=0;" target="XvNsu7HRE3wCX7qmJMd--43">
          <mxGeometry relative="1" as="geometry">
            <Array as="points">
              <mxPoint x="50" y="2760" />
              <mxPoint x="50" y="1520" />
            </Array>
          </mxGeometry>
        </mxCell>
        <mxCell id="XvNsu7HRE3wCX7qmJMd--89" connectable="0" parent="XvNsu7HRE3wCX7qmJMd--88" style="edgeLabel;html=1;align=center;verticalAlign=middle;resizable=0;points=[];" value="否" vertex="1">
          <mxGeometry relative="1" x="-0.9226" y="5" as="geometry">
            <mxPoint as="offset" />
          </mxGeometry>
        </mxCell>
        <mxCell id="XvNsu7HRE3wCX7qmJMd--90" edge="1" parent="1" source="XvNsu7HRE3wCX7qmJMd--33" style="edgeStyle=orthogonalEdgeStyle;rounded=0;orthogonalLoop=1;jettySize=auto;html=1;entryX=0;entryY=0.5;entryDx=0;entryDy=0;entryPerimeter=0;exitX=0;exitY=0.5;exitDx=0;exitDy=0;" target="XvNsu7HRE3wCX7qmJMd--43">
          <mxGeometry relative="1" as="geometry">
            <Array as="points">
              <mxPoint x="80" y="3130" />
              <mxPoint x="80" y="1520" />
            </Array>
          </mxGeometry>
        </mxCell>
        <mxCell id="XvNsu7HRE3wCX7qmJMd--105" parent="1" style="rhombus;whiteSpace=wrap;html=1;sketch=1;curveFitting=1;jiggle=2;" value="&lt;span style=&quot;color: rgb(51, 51, 51); font-family: &amp;quot;Open Sans&amp;quot;, &amp;quot;Clear Sans&amp;quot;, &amp;quot;Helvetica Neue&amp;quot;, Helvetica, Arial, &amp;quot;Segoe UI Emoji&amp;quot;, &amp;quot;SF Pro&amp;quot;, sans-serif; font-size: 16px; orphans: 1; text-align: left; white-space: pre-wrap; background-color: rgb(255, 255, 255);&quot;&gt;[4] hook结果&lt;/span&gt;" vertex="1">
          <mxGeometry height="80" width="165" x="331.5" y="630" as="geometry" />
        </mxCell>
        <mxCell id="XvNsu7HRE3wCX7qmJMd--108" edge="1" parent="1" source="XvNsu7HRE3wCX7qmJMd--105" style="edgeStyle=orthogonalEdgeStyle;rounded=0;orthogonalLoop=1;jettySize=auto;html=1;entryX=1;entryY=0.5;entryDx=0;entryDy=0;entryPerimeter=0;exitX=1;exitY=0.5;exitDx=0;exitDy=0;" target="XvNsu7HRE3wCX7qmJMd--60">
          <mxGeometry relative="1" as="geometry">
            <Array as="points">
              <mxPoint x="830" y="670" />
              <mxPoint x="830" y="3980" />
            </Array>
          </mxGeometry>
        </mxCell>
        <mxCell id="XvNsu7HRE3wCX7qmJMd--109" connectable="0" parent="XvNsu7HRE3wCX7qmJMd--108" style="edgeLabel;html=1;align=center;verticalAlign=middle;resizable=0;points=[];" value="拦截" vertex="1">
          <mxGeometry relative="1" x="-0.965" as="geometry">
            <mxPoint as="offset" />
          </mxGeometry>
        </mxCell>
      </root>
    </mxGraphModel>
  </diagram>
</mxfile>
